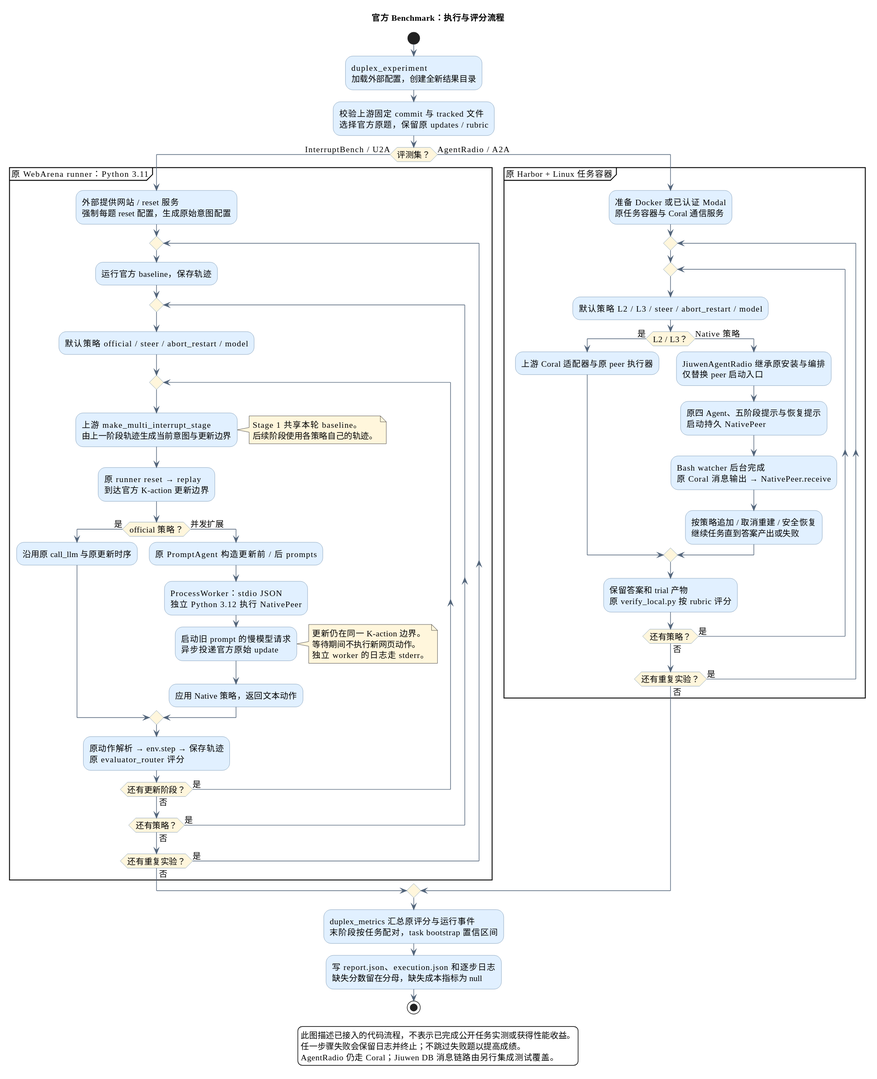
This is docs/diagrams/duplex-benchmark-flow.svg from zuiho-kai/jiuwenswarm, a PlantUML export, as it was before one commit. Source of this version:
```plantuml
@startuml
title 官方 Benchmark：执行与评分流程
skinparam defaultFontName Microsoft YaHei
skinparam defaultFontSize 14
skinparam shadowing false
skinparam ArrowColor #52647A
skinparam activityBackgroundColor #E1F0FF
skinparam activityBorderColor #6A8BAB
skinparam activityDiamondBackgroundColor #FFF6DC
skinparam noteBackgroundColor #FFF6DC
skinparam backgroundColor #FFFFFF

start
:duplex_experiment\n加载外部配置，创建全新结果目录;
:校验上游固定 commit 与 tracked 文件\n选择官方原题，保留原 updates / rubric;
if (评测集？) then (InterruptBench / U2A)
  partition "原 WebArena runner：Python 3.11" {
    :外部提供网站 / reset 服务\n强制每题 reset 配置，生成原始意图配置;
    repeat
      :运行官方 baseline，保存轨迹;
      repeat
        :默认策略 official / steer / abort_restart / model;
        repeat
          :上游 make_multi_interrupt_stage\n由上一阶段轨迹生成当前意图与更新边界;
          note right
            Stage 1 共享本轮 baseline。
            后续阶段使用各策略自己的轨迹。
          end note
          :原 runner reset → replay\n到达官方 K-action 更新边界;
          if (official 策略？) then (是)
            :沿用原 call_llm 与原更新时序;
          else (并发扩展)
            :原 PromptAgent 构造更新前 / 后 prompts;
            :ProcessWorker：stdio JSON\n独立 Python 3.12 执行 NativePeer;
            :启动旧 prompt 的慢模型请求\n异步投递官方原始 update;
            note right
              更新仍在同一 K-action 边界。
              等待期间不执行新网页动作。
              独立 worker 的日志走 stderr。
            end note
            :应用 Native 策略，返回文本动作;
          endif
          :原动作解析 → env.step → 保存轨迹\n原 evaluator_router 评分;
        repeat while (还有更新阶段？) is (是) not (否)
      repeat while (还有策略？) is (是) not (否)
    repeat while (还有重复实验？) is (是) not (否)
  }
else (AgentRadio / A2A)
  partition "原 Harbor + Linux 任务容器" {
    :准备 Docker 或已认证 Modal\n原任务容器与 Coral 通信服务;
    repeat
      repeat
        :默认策略 L2 / L3 / steer / abort_restart / model;
        if (L2 / L3？) then (是)
          :上游 Coral 适配器与原 peer 执行器;
        else (Native 策略)
          :JiuwenAgentRadio 继承原安装与编排\n仅替换 peer 启动入口;
          :原四 Agent、五阶段提示与恢复提示\n启动持久 NativePeer;
          :Bash watcher 后台完成\n原 Coral 消息输出 → NativePeer.receive;
          :按策略追加 / 取消重建 / 安全恢复\n继续任务直到答案产出或失败;
        endif
        :保留答案和 trial 产物\n原 verify_local.py 按 rubric 评分;
      repeat while (还有策略？) is (是) not (否)
    repeat while (还有重复实验？) is (是) not (否)
  }
endif
:duplex_metrics 汇总原评分与运行事件\n末阶段按任务配对，task bootstrap 置信区间;
:写 report.json、execution.json 和逐步日志\n缺失分数留在分母，缺失成本指标为 null;
stop

legend bottom
此图描述已接入的代码流程，不表示已完成公开任务实测或获得性能收益。
任一步骤失败会保留日志并终止；不跳过失败题以提高成绩。
AgentRadio 仍走 Coral；Jiuwen DB 消息链路由另行集成测试覆盖。
endlegend
@enduml
```
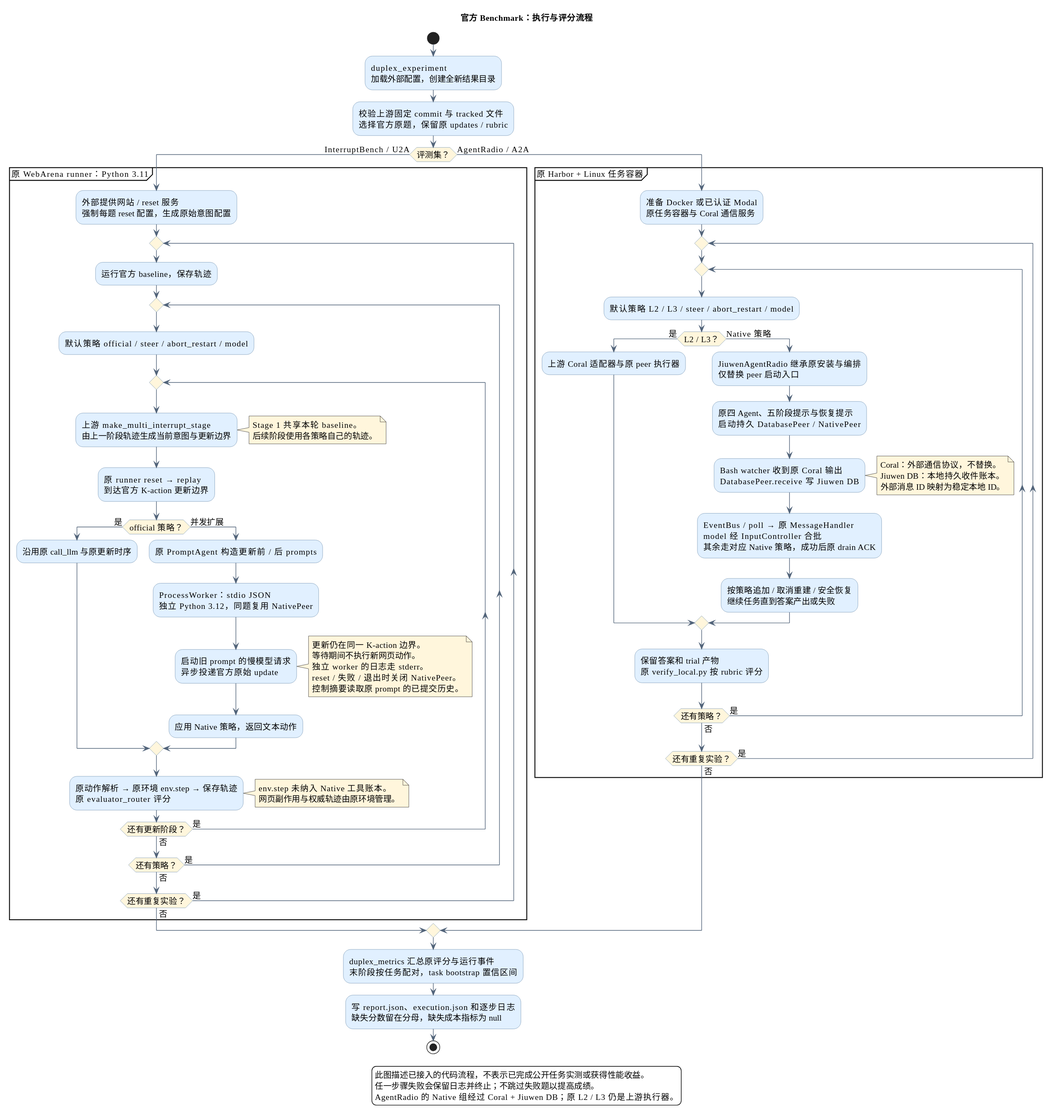
The same file after the commit.

Diff of the diagram source:
```diff
@@ -31,16 +31,22 @@
             :沿用原 call_llm 与原更新时序;
           else (并发扩展)
             :原 PromptAgent 构造更新前 / 后 prompts;
-            :ProcessWorker：stdio JSON\n独立 Python 3.12 执行 NativePeer;
+            :ProcessWorker：stdio JSON\n独立 Python 3.12，同题复用 NativePeer;
             :启动旧 prompt 的慢模型请求\n异步投递官方原始 update;
             note right
               更新仍在同一 K-action 边界。
               等待期间不执行新网页动作。
               独立 worker 的日志走 stderr。
+              reset / 失败 / 退出时关闭 NativePeer。
+              控制摘要读取原 prompt 的已提交历史。
             end note
             :应用 Native 策略，返回文本动作;
           endif
-          :原动作解析 → env.step → 保存轨迹\n原 evaluator_router 评分;
+          :原动作解析 → 原环境 env.step → 保存轨迹\n原 evaluator_router 评分;
+          note right
+            env.step 未纳入 Native 工具账本。
+            网页副作用与权威轨迹由原环境管理。
+          end note
         repeat while (还有更新阶段？) is (是) not (否)
       repeat while (还有策略？) is (是) not (否)
     repeat while (还有重复实验？) is (是) not (否)
@@ -55,8 +61,14 @@
           :上游 Coral 适配器与原 peer 执行器;
         else (Native 策略)
           :JiuwenAgentRadio 继承原安装与编排\n仅替换 peer 启动入口;
-          :原四 Agent、五阶段提示与恢复提示\n启动持久 NativePeer;
-          :Bash watcher 后台完成\n原 Coral 消息输出 → NativePeer.receive;
+          :原四 Agent、五阶段提示与恢复提示\n启动持久 DatabasePeer / NativePeer;
+          :Bash watcher 收到原 Coral 输出\nDatabasePeer.receive 写 Jiuwen DB;
+          note right
+            Coral：外部通信协议，不替换。
+            Jiuwen DB：本地持久收件账本。
+            外部消息 ID 映射为稳定本地 ID。
+          end note
+          :EventBus / poll → 原 MessageHandler\nmodel 经 InputController 合批\n其余走对应 Native 策略，成功后原 drain ACK;
           :按策略追加 / 取消重建 / 安全恢复\n继续任务直到答案产出或失败;
         endif
         :保留答案和 trial 产物\n原 verify_local.py 按 rubric 评分;
@@ -71,6 +83,6 @@
 legend bottom
 此图描述已接入的代码流程，不表示已完成公开任务实测或获得性能收益。
 任一步骤失败会保留日志并终止；不跳过失败题以提高成绩。
-AgentRadio 仍走 Coral；Jiuwen DB 消息链路由另行集成测试覆盖。
+AgentRadio 的 Native 组经过 Coral + Jiuwen DB；原 L2 / L3 仍是上游执行器。
 endlegend
 @enduml
```
